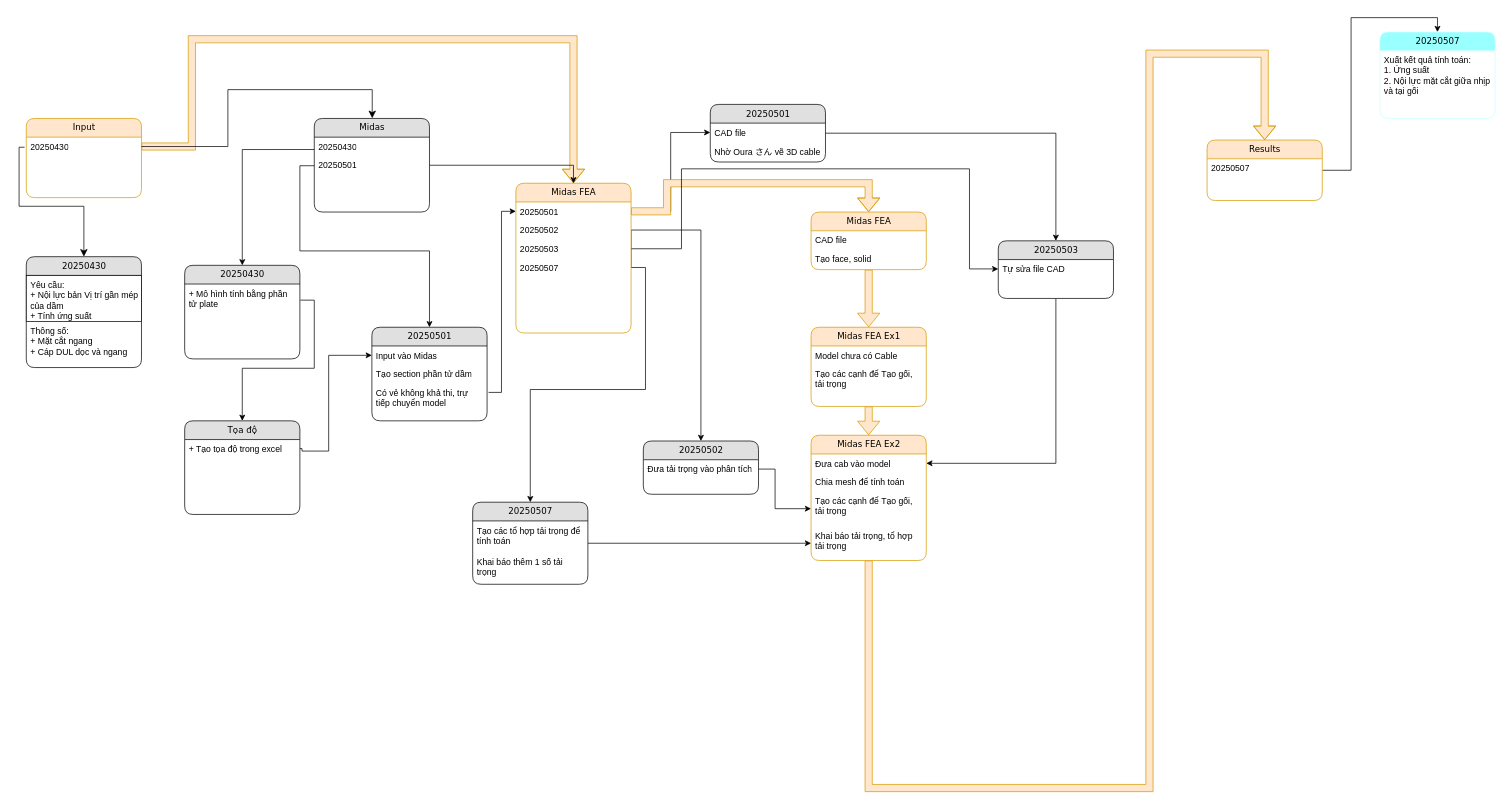
Before: 長大・熊本耐震/耐震設計/Untitled Diagram.drawio in nnh92/Juntos.co, a draw.io diagram. Source tidied: cells renumbered, new cells numbered last; positions are measured from the earlier drawing's top-left corner, leaving out a move shared by most shapes. Both pictures are drawn from the tidied source at 72%, with x=0, y=0 at pixel (26, 32).
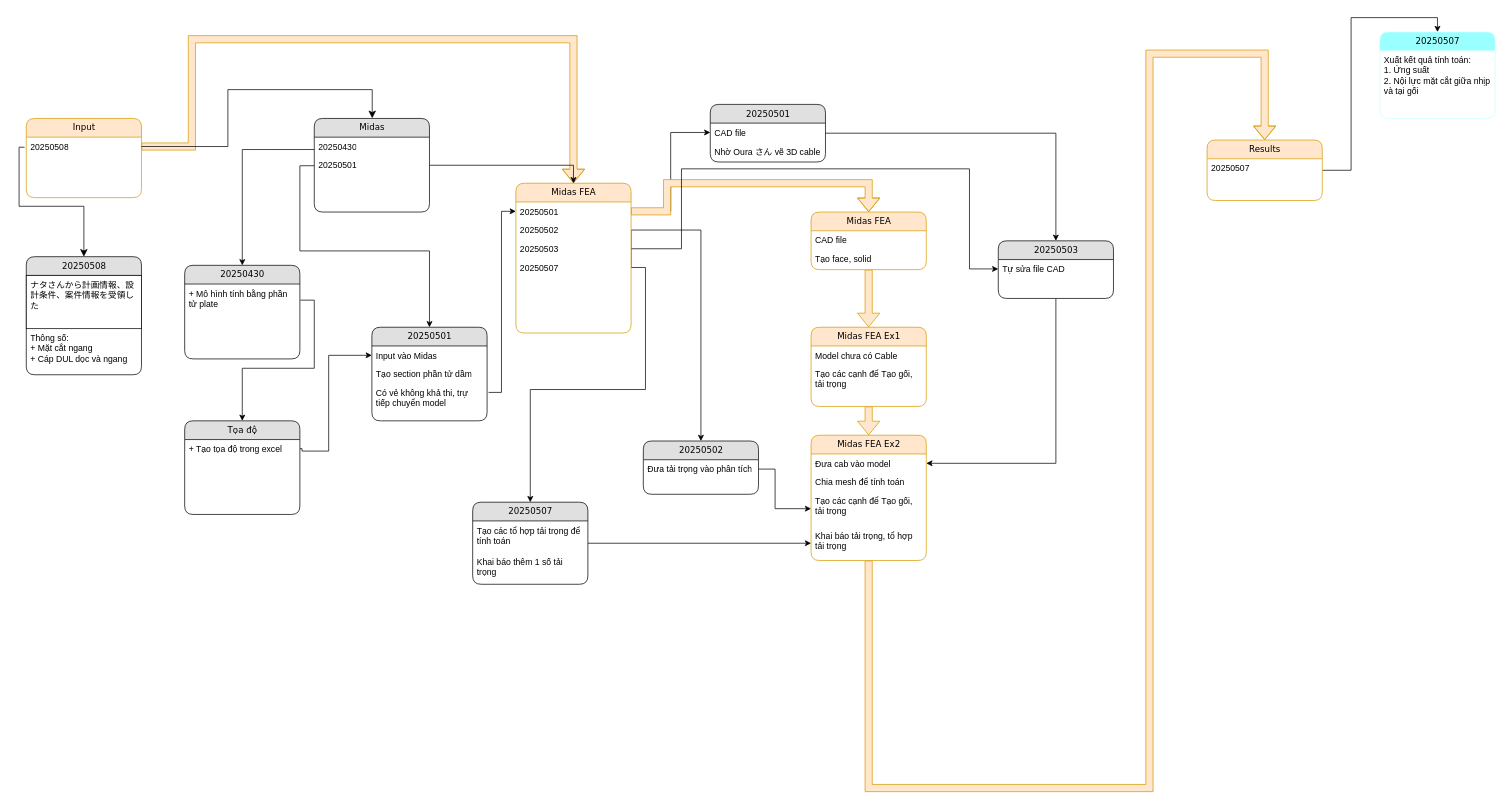
After the change.

The change refers to these unchanged cells:
```xml
<mxCell id="3" value="Input" style="swimlane;html=1;fontStyle=0;horizontal=1;startSize=26;fillColor=#ffe6cc;swimlaneFillColor=#ffffff;align=center;rounded=1;shadow=0;comic=0;labelBackgroundColor=none;strokeWidth=1;fontFamily=Verdana;fontSize=12;strokeColor=#d79b00;" parent="1" vertex="1">
  <mxGeometry y="120" width="160" height="110" as="geometry" />
</mxCell>
```

Change to the diagram source:
```diff
@@
-    <mxCell id="4" value="20250430" style="text;html=1;strokeColor=none;fillColor=none;spacingLeft=4;spacingRight=4;whiteSpace=wrap;overflow=hidden;points=[[0,0.5],[1,0.5]];portConstraint=eastwest;" parent="3" vertex="1">
+    <mxCell id="4" value="20250508" style="text;html=1;strokeColor=none;fillColor=none;spacingLeft=4;spacingRight=4;whiteSpace=wrap;overflow=hidden;points=[[0,0.5],[1,0.5]];portConstraint=eastwest;" parent="3" vertex="1">
       <mxGeometry y="26" width="160" height="26" as="geometry" />
     </mxCell>
@@
-    <mxCell id="11" value="20250430" style="swimlane;html=1;fontStyle=0;horizontal=1;startSize=26;fillColor=#e0e0e0;swimlaneFillColor=#ffffff;align=center;rounded=1;shadow=0;comic=0;labelBackgroundColor=none;strokeWidth=1;fontFamily=Verdana;fontSize=12;" parent="1" vertex="1">
-      <mxGeometry y="312" width="160" height="154" as="geometry" />
+    <mxCell id="11" value="20250508" style="swimlane;html=1;fontStyle=0;horizontal=1;startSize=26;fillColor=#e0e0e0;swimlaneFillColor=#ffffff;align=center;rounded=1;shadow=0;comic=0;labelBackgroundColor=none;strokeWidth=1;fontFamily=Verdana;fontSize=12;" parent="1" vertex="1">
+      <mxGeometry y="312" width="160" height="164" as="geometry" />
     </mxCell>
-    <mxCell id="12" value="Yêu cầu:&lt;div&gt;+ Nội lực bản Vị trí gần mép của dầm&lt;/div&gt;&lt;div&gt;+ Tính ứng suất&lt;/div&gt;" style="text;html=1;spacingLeft=4;spacingRight=4;whiteSpace=wrap;overflow=hidden;fillColor=default;strokeColor=default;" parent="11" vertex="1">
-      <mxGeometry y="26" width="160" height="64" as="geometry" />
+    <mxCell id="12" value="ナタさんから計画情報、設計条件、案件情報を受領した" style="text;html=1;spacingLeft=4;spacingRight=4;whiteSpace=wrap;overflow=hidden;fillColor=default;strokeColor=default;" parent="11" vertex="1">
+      <mxGeometry y="26" width="160" height="74" as="geometry" />
     </mxCell>
     <mxCell id="13" value="Thông số:&lt;div&gt;+ Mặt cắt ngang&lt;/div&gt;&lt;div&gt;+ Cáp DUL dọc và ngang&lt;/div&gt;" style="text;html=1;strokeColor=none;fillColor=none;spacingLeft=4;spacingRight=4;whiteSpace=wrap;overflow=hidden;" parent="11" vertex="1">
-      <mxGeometry y="90" width="160" height="64" as="geometry" />
+      <mxGeometry y="100" width="160" height="64" as="geometry" />
     </mxCell>
```
